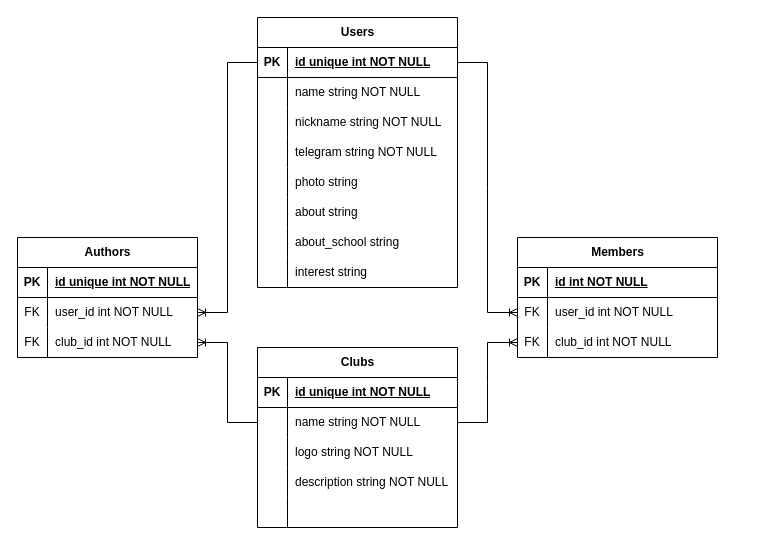
This is Диаграмма без названия.drawio from mrsemyon/clubs, a draw.io file, before an edit. Source tidied: cells renumbered, new cells numbered last; positions are measured from the earlier drawing's top-left corner, leaving out a move shared by most shapes. Both pictures are drawn from the tidied source at 100%, with x=0, y=0 at pixel (17, 17).
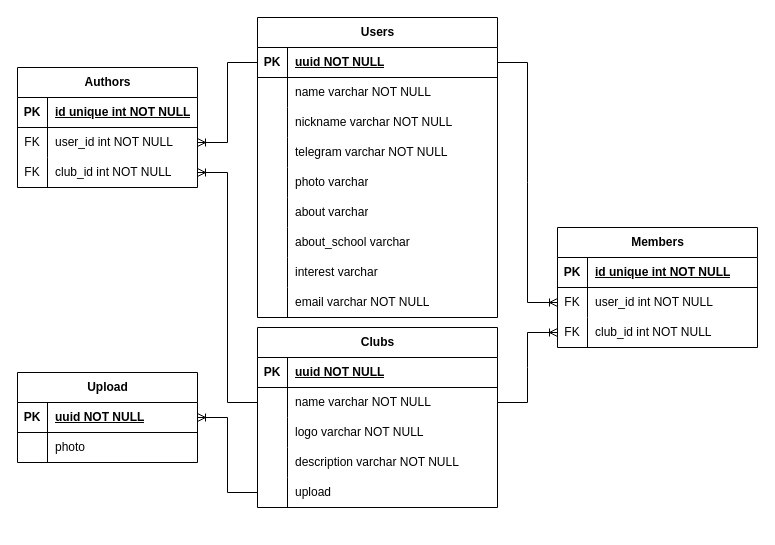
The same diagram, later.

Unchanged cells that the change refers to:
```xml
<mxCell id="44" style="shape=tableRow;horizontal=0;startSize=0;swimlaneHead=0;swimlaneBody=0;fillColor=none;top=0;left=0;right=0;bottom=1;" parent="43" vertex="1">
  <mxGeometry y="30" width="200" height="30" as="geometry" />
</mxCell>
```

Change to the diagram source:
```diff
@@
     <mxCell id="2" value="Users" style="shape=table;startSize=30;childLayout=tableLayout;rowLines=0;fontStyle=1;align=center;html=1;" parent="1" vertex="1">
-      <mxGeometry x="240" width="200" height="270" as="geometry" />
+      <mxGeometry x="240" width="240" height="300" as="geometry" />
     </mxCell>
     <mxCell id="3" style="shape=tableRow;horizontal=0;startSize=0;swimlaneHead=0;swimlaneBody=0;fillColor=none;points=[[0,0.5],[1,0.5]];portConstraint=eastwest;top=0;left=0;right=0;bottom=1;" parent="2" vertex="1">
-      <mxGeometry y="30" width="200" height="30" as="geometry" />
+      <mxGeometry y="30" width="240" height="30" as="geometry" />
     </mxCell>
@@
-    <mxCell id="5" value="id unique int NOT NULL" style="shape=partialRectangle;fillColor=none;top=0;left=0;bottom=0;right=0;align=left;spacingLeft=6;fontStyle=5;overflow=hidden;whiteSpace=wrap;html=1;" parent="3" vertex="1">
-      <mxGeometry x="30" width="170" height="30" as="geometry" />
+    <mxCell id="5" value="uuid NOT NULL" style="shape=partialRectangle;fillColor=none;top=0;left=0;bottom=0;right=0;align=left;spacingLeft=6;fontStyle=5;overflow=hidden;whiteSpace=wrap;html=1;" parent="3" vertex="1">
+      <mxGeometry x="30" width="210" height="30" as="geometry" />
     </mxCell>
     <mxCell id="6" style="shape=tableRow;horizontal=0;startSize=0;swimlaneHead=0;swimlaneBody=0;fillColor=none;top=0;left=0;right=0;bottom=0;" parent="2" vertex="1">
-      <mxGeometry y="60" width="200" height="30" as="geometry" />
+      <mxGeometry y="60" width="240" height="30" as="geometry" />
     </mxCell>
@@
-    <mxCell id="8" value="name string NOT NULL" style="shape=partialRectangle;fillColor=none;top=0;left=0;bottom=0;right=0;align=left;spacingLeft=6;overflow=hidden;whiteSpace=wrap;html=1;" parent="6" vertex="1">
-      <mxGeometry x="30" width="170" height="30" as="geometry" />
+    <mxCell id="8" value="name varchar NOT NULL" style="shape=partialRectangle;fillColor=none;top=0;left=0;bottom=0;right=0;align=left;spacingLeft=6;overflow=hidden;whiteSpace=wrap;html=1;" parent="6" vertex="1">
+      <mxGeometry x="30" width="210" height="30" as="geometry" />
     </mxCell>
     <mxCell id="9" style="shape=tableRow;horizontal=0;startSize=0;swimlaneHead=0;swimlaneBody=0;fillColor=none;top=0;left=0;right=0;bottom=0;" parent="2" vertex="1">
-      <mxGeometry y="90" width="200" height="30" as="geometry" />
+      <mxGeometry y="90" width="240" height="30" as="geometry" />
     </mxCell>
@@
-    <mxCell id="11" value="nickname string NOT NULL" style="shape=partialRectangle;fillColor=none;top=0;left=0;bottom=0;right=0;align=left;spacingLeft=6;overflow=hidden;whiteSpace=wrap;html=1;" parent="9" vertex="1">
-      <mxGeometry x="30" width="170" height="30" as="geometry" />
+    <mxCell id="11" value="nickname varchar NOT NULL" style="shape=partialRectangle;fillColor=none;top=0;left=0;bottom=0;right=0;align=left;spacingLeft=6;overflow=hidden;whiteSpace=wrap;html=1;" parent="9" vertex="1">
+      <mxGeometry x="30" width="210" height="30" as="geometry" />
     </mxCell>
     <mxCell id="12" style="shape=tableRow;horizontal=0;startSize=0;swimlaneHead=0;swimlaneBody=0;fillColor=none;top=0;left=0;right=0;bottom=0;" parent="2" vertex="1">
-      <mxGeometry y="120" width="200" height="30" as="geometry" />
+      <mxGeometry y="120" width="240" height="30" as="geometry" />
     </mxCell>
@@
-    <mxCell id="14" value="telegram string NOT NULL" style="shape=partialRectangle;fillColor=none;top=0;left=0;bottom=0;right=0;align=left;spacingLeft=6;overflow=hidden;whiteSpace=wrap;html=1;" parent="12" vertex="1">
-      <mxGeometry x="30" width="170" height="30" as="geometry" />
+    <mxCell id="14" value="telegram varchar NOT NULL" style="shape=partialRectangle;fillColor=none;top=0;left=0;bottom=0;right=0;align=left;spacingLeft=6;overflow=hidden;whiteSpace=wrap;html=1;" parent="12" vertex="1">
+      <mxGeometry x="30" width="210" height="30" as="geometry" />
     </mxCell>
     <mxCell id="15" style="shape=tableRow;horizontal=0;startSize=0;swimlaneHead=0;swimlaneBody=0;fillColor=none;top=0;left=0;right=0;bottom=0;" parent="2" vertex="1">
-      <mxGeometry y="150" width="200" height="30" as="geometry" />
+      <mxGeometry y="150" width="240" height="30" as="geometry" />
     </mxCell>
@@
-    <mxCell id="17" value="photo string" style="shape=partialRectangle;fillColor=none;top=0;left=0;bottom=0;right=0;align=left;spacingLeft=6;overflow=hidden;whiteSpace=wrap;html=1;" parent="15" vertex="1">
-      <mxGeometry x="30" width="170" height="30" as="geometry" />
+    <mxCell id="17" value="photo varchar" style="shape=partialRectangle;fillColor=none;top=0;left=0;bottom=0;right=0;align=left;spacingLeft=6;overflow=hidden;whiteSpace=wrap;html=1;" parent="15" vertex="1">
+      <mxGeometry x="30" width="210" height="30" as="geometry" />
     </mxCell>
     <mxCell id="18" style="shape=tableRow;horizontal=0;startSize=0;swimlaneHead=0;swimlaneBody=0;fillColor=none;top=0;left=0;right=0;bottom=0;" parent="2" vertex="1">
-      <mxGeometry y="180" width="200" height="30" as="geometry" />
+      <mxGeometry y="180" width="240" height="30" as="geometry" />
     </mxCell>
@@
-    <mxCell id="20" value="about string" style="shape=partialRectangle;fillColor=none;top=0;left=0;bottom=0;right=0;align=left;spacingLeft=6;overflow=hidden;whiteSpace=wrap;html=1;" parent="18" vertex="1">
-      <mxGeometry x="30" width="170" height="30" as="geometry" />
+    <mxCell id="20" value="about varchar" style="shape=partialRectangle;fillColor=none;top=0;left=0;bottom=0;right=0;align=left;spacingLeft=6;overflow=hidden;whiteSpace=wrap;html=1;" parent="18" vertex="1">
+      <mxGeometry x="30" width="210" height="30" as="geometry" />
     </mxCell>
     <mxCell id="21" style="shape=tableRow;horizontal=0;startSize=0;swimlaneHead=0;swimlaneBody=0;fillColor=none;top=0;left=0;right=0;bottom=0;" parent="2" vertex="1">
-      <mxGeometry y="210" width="200" height="30" as="geometry" />
+      <mxGeometry y="210" width="240" height="30" as="geometry" />
     </mxCell>
@@
-    <mxCell id="23" value="about_school string" style="shape=partialRectangle;fillColor=none;top=0;left=0;bottom=0;right=0;align=left;spacingLeft=6;overflow=hidden;whiteSpace=wrap;html=1;" parent="21" vertex="1">
-      <mxGeometry x="30" width="170" height="30" as="geometry" />
+    <mxCell id="23" value="about_school varchar" style="shape=partialRectangle;fillColor=none;top=0;left=0;bottom=0;right=0;align=left;spacingLeft=6;overflow=hidden;whiteSpace=wrap;html=1;" parent="21" vertex="1">
+      <mxGeometry x="30" width="210" height="30" as="geometry" />
     </mxCell>
     <mxCell id="24" style="shape=tableRow;horizontal=0;startSize=0;swimlaneHead=0;swimlaneBody=0;fillColor=none;top=0;left=0;right=0;bottom=0;" parent="2" vertex="1">
-      <mxGeometry y="240" width="200" height="30" as="geometry" />
+      <mxGeometry y="240" width="240" height="30" as="geometry" />
     </mxCell>
@@
-    <mxCell id="26" value="interest string" style="shape=partialRectangle;fillColor=none;top=0;left=0;bottom=0;right=0;align=left;spacingLeft=6;overflow=hidden;whiteSpace=wrap;html=1;" parent="24" vertex="1">
-      <mxGeometry x="30" width="170" height="30" as="geometry" />
+    <mxCell id="26" value="interest varchar" style="shape=partialRectangle;fillColor=none;top=0;left=0;bottom=0;right=0;align=left;spacingLeft=6;overflow=hidden;whiteSpace=wrap;html=1;" parent="24" vertex="1">
+      <mxGeometry x="30" width="210" height="30" as="geometry" />
     </mxCell>
+    <mxCell id="67" style="shape=tableRow;horizontal=0;startSize=0;swimlaneHead=0;swimlaneBody=0;fillColor=none;top=0;left=0;right=0;bottom=0;" parent="2" vertex="1">
+      <mxGeometry y="270" width="240" height="30" as="geometry" />
+    </mxCell>
+    <mxCell id="68" style="shape=partialRectangle;fillColor=none;top=0;left=0;bottom=0;right=0;overflow=hidden;whiteSpace=wrap;html=1;" parent="67" vertex="1">
+      <mxGeometry width="30" height="30" as="geometry" />
+    </mxCell>
+    <mxCell id="69" value="email varchar NOT NULL" style="shape=partialRectangle;fillColor=none;top=0;left=0;bottom=0;right=0;align=left;spacingLeft=6;overflow=hidden;whiteSpace=wrap;html=1;" parent="67" vertex="1">
+      <mxGeometry x="30" width="210" height="30" as="geometry" />
+    </mxCell>
     <mxCell id="27" value="Clubs" style="shape=table;startSize=30;childLayout=tableLayout;rowLines=0;fontStyle=1;align=center;html=1;" parent="1" vertex="1">
-      <mxGeometry x="240" y="330" width="200" height="180" as="geometry" />
+      <mxGeometry x="240" y="310" width="240" height="180" as="geometry" />
     </mxCell>
     <mxCell id="28" style="shape=tableRow;horizontal=0;startSize=0;swimlaneHead=0;swimlaneBody=0;fillColor=none;top=0;left=0;right=0;bottom=1;" parent="27" vertex="1">
-      <mxGeometry y="30" width="200" height="30" as="geometry" />
+      <mxGeometry y="30" width="240" height="30" as="geometry" />
     </mxCell>
@@
-    <mxCell id="30" value="id unique int NOT NULL" style="shape=partialRectangle;fillColor=none;top=0;left=0;bottom=0;right=0;align=left;spacingLeft=6;fontStyle=5;overflow=hidden;whiteSpace=wrap;html=1;" parent="28" vertex="1">
-      <mxGeometry x="30" width="170" height="30" as="geometry" />
+    <mxCell id="30" value="uuid NOT NULL" style="shape=partialRectangle;fillColor=none;top=0;left=0;bottom=0;right=0;align=left;spacingLeft=6;fontStyle=5;overflow=hidden;whiteSpace=wrap;html=1;" parent="28" vertex="1">
+      <mxGeometry x="30" width="210" height="30" as="geometry" />
     </mxCell>
     <mxCell id="31" style="shape=tableRow;horizontal=0;startSize=0;swimlaneHead=0;swimlaneBody=0;fillColor=none;points=[[0,0.5],[1,0.5]];portConstraint=eastwest;top=0;left=0;right=0;bottom=0;" parent="27" vertex="1">
-      <mxGeometry y="60" width="200" height="30" as="geometry" />
+      <mxGeometry y="60" width="240" height="30" as="geometry" />
     </mxCell>
@@
-    <mxCell id="33" value="name string NOT NULL" style="shape=partialRectangle;fillColor=none;top=0;left=0;bottom=0;right=0;align=left;spacingLeft=6;overflow=hidden;whiteSpace=wrap;html=1;" parent="31" vertex="1">
-      <mxGeometry x="30" width="170" height="30" as="geometry" />
+    <mxCell id="33" value="name varchar NOT NULL" style="shape=partialRectangle;fillColor=none;top=0;left=0;bottom=0;right=0;align=left;spacingLeft=6;overflow=hidden;whiteSpace=wrap;html=1;" parent="31" vertex="1">
+      <mxGeometry x="30" width="210" height="30" as="geometry" />
     </mxCell>
     <mxCell id="34" style="shape=tableRow;horizontal=0;startSize=0;swimlaneHead=0;swimlaneBody=0;fillColor=none;top=0;left=0;right=0;bottom=0;" parent="27" vertex="1">
-      <mxGeometry y="90" width="200" height="30" as="geometry" />
+      <mxGeometry y="90" width="240" height="30" as="geometry" />
     </mxCell>
@@
-    <mxCell id="36" value="logo string NOT NULL" style="shape=partialRectangle;fillColor=none;top=0;left=0;bottom=0;right=0;align=left;spacingLeft=6;overflow=hidden;whiteSpace=wrap;html=1;" parent="34" vertex="1">
-      <mxGeometry x="30" width="170" height="30" as="geometry" />
+    <mxCell id="36" value="logo varchar NOT NULL" style="shape=partialRectangle;fillColor=none;top=0;left=0;bottom=0;right=0;align=left;spacingLeft=6;overflow=hidden;whiteSpace=wrap;html=1;" parent="34" vertex="1">
+      <mxGeometry x="30" width="210" height="30" as="geometry" />
     </mxCell>
     <mxCell id="37" style="shape=tableRow;horizontal=0;startSize=0;swimlaneHead=0;swimlaneBody=0;fillColor=none;top=0;left=0;right=0;bottom=0;" parent="27" vertex="1">
-      <mxGeometry y="120" width="200" height="30" as="geometry" />
+      <mxGeometry y="120" width="240" height="30" as="geometry" />
     </mxCell>
@@
-    <mxCell id="39" value="description string NOT NULL" style="shape=partialRectangle;fillColor=none;top=0;left=0;bottom=0;right=0;align=left;spacingLeft=6;overflow=hidden;whiteSpace=wrap;html=1;" parent="37" vertex="1">
-      <mxGeometry x="30" width="170" height="30" as="geometry" />
+    <mxCell id="39" value="description varchar NOT NULL" style="shape=partialRectangle;fillColor=none;top=0;left=0;bottom=0;right=0;align=left;spacingLeft=6;overflow=hidden;whiteSpace=wrap;html=1;" parent="37" vertex="1">
+      <mxGeometry x="30" width="210" height="30" as="geometry" />
     </mxCell>
-    <mxCell id="40" style="shape=tableRow;horizontal=0;startSize=0;swimlaneHead=0;swimlaneBody=0;fillColor=none;top=0;left=0;right=0;bottom=0;" parent="27" vertex="1">
-      <mxGeometry y="150" width="200" height="30" as="geometry" />
-    </mxCell>
-    <mxCell id="41" style="shape=partialRectangle;fillColor=none;top=0;left=0;bottom=0;right=0;overflow=hidden;whiteSpace=wrap;html=1;" parent="40" vertex="1">
-      <mxGeometry width="30" height="30" as="geometry" />
-    </mxCell>
-    <mxCell id="42" style="shape=partialRectangle;fillColor=none;top=0;left=0;bottom=0;right=0;align=left;spacingLeft=6;overflow=hidden;whiteSpace=wrap;html=1;" parent="40" vertex="1">
-      <mxGeometry x="30" width="170" height="30" as="geometry" />
-    </mxCell>
+    <mxCell id="70" style="shape=tableRow;horizontal=0;startSize=0;swimlaneHead=0;swimlaneBody=0;fillColor=none;points=[[0,0.5],[1,0.5]];portConstraint=eastwest;top=0;left=0;right=0;bottom=0;" parent="27" vertex="1">
+      <mxGeometry y="150" width="240" height="30" as="geometry" />
+    </mxCell>
+    <mxCell id="71" style="shape=partialRectangle;fillColor=none;top=0;left=0;bottom=0;right=0;overflow=hidden;whiteSpace=wrap;html=1;" parent="70" vertex="1">
+      <mxGeometry width="30" height="30" as="geometry" />
+    </mxCell>
+    <mxCell id="72" value="upload" style="shape=partialRectangle;fillColor=none;top=0;left=0;bottom=0;right=0;align=left;spacingLeft=6;overflow=hidden;whiteSpace=wrap;html=1;" parent="70" vertex="1">
+      <mxGeometry x="30" width="210" height="30" as="geometry" />
+    </mxCell>
     <mxCell id="43" value="Members" style="shape=table;startSize=30;childLayout=tableLayout;rowLines=0;fontStyle=1;align=center;html=1;" parent="1" vertex="1">
-      <mxGeometry x="500" y="220" width="200" height="120" as="geometry" />
+      <mxGeometry x="540" y="210" width="200" height="120" as="geometry" />
     </mxCell>
@@
-    <mxCell id="46" value="id int NOT NULL" style="shape=partialRectangle;fillColor=none;top=0;left=0;bottom=0;right=0;align=left;spacingLeft=6;fontStyle=5;overflow=hidden;whiteSpace=wrap;html=1;" parent="44" vertex="1">
+    <mxCell id="46" value="id unique int NOT NULL" style="shape=partialRectangle;fillColor=none;top=0;left=0;bottom=0;right=0;align=left;spacingLeft=6;fontStyle=5;overflow=hidden;whiteSpace=wrap;html=1;" parent="44" vertex="1">
       <mxGeometry x="30" width="170" height="30" as="geometry" />
     </mxCell>
@@
     <mxCell id="55" value="Authors" style="shape=table;startSize=30;childLayout=tableLayout;rowLines=0;fontStyle=1;align=center;html=1;" parent="1" vertex="1">
-      <mxGeometry y="220" width="180" height="120" as="geometry" />
+      <mxGeometry y="50" width="180" height="120" as="geometry" />
     </mxCell>
@@
+    <mxCell id="73" value="Upload" style="shape=table;startSize=30;childLayout=tableLayout;rowLines=0;fontStyle=1;align=center;html=1;" parent="1" vertex="1">
+      <mxGeometry y="355" width="180" height="90" as="geometry" />
+    </mxCell>
+    <mxCell id="74" style="shape=tableRow;horizontal=0;startSize=0;swimlaneHead=0;swimlaneBody=0;fillColor=none;points=[[0,0.5],[1,0.5]];portConstraint=eastwest;top=0;left=0;right=0;bottom=1;" parent="73" vertex="1">
+      <mxGeometry y="30" width="180" height="30" as="geometry" />
+    </mxCell>
+    <mxCell id="75" value="PK" style="shape=partialRectangle;fillColor=none;top=0;left=0;bottom=0;right=0;fontStyle=1;overflow=hidden;whiteSpace=wrap;html=1;" parent="74" vertex="1">
+      <mxGeometry width="30" height="30" as="geometry" />
+    </mxCell>
+    <mxCell id="76" value="uuid NOT NULL" style="shape=partialRectangle;fillColor=none;top=0;left=0;bottom=0;right=0;align=left;spacingLeft=6;fontStyle=5;overflow=hidden;whiteSpace=wrap;html=1;" parent="74" vertex="1">
+      <mxGeometry x="30" width="150" height="30" as="geometry" />
+    </mxCell>
+    <mxCell id="77" style="shape=tableRow;horizontal=0;startSize=0;swimlaneHead=0;swimlaneBody=0;fillColor=none;top=0;left=0;right=0;bottom=0;" parent="73" vertex="1">
+      <mxGeometry y="60" width="180" height="30" as="geometry" />
+    </mxCell>
+    <mxCell id="78" style="shape=partialRectangle;fillColor=none;top=0;left=0;bottom=0;right=0;overflow=hidden;whiteSpace=wrap;html=1;" parent="77" vertex="1">
+      <mxGeometry width="30" height="30" as="geometry" />
+    </mxCell>
+    <mxCell id="79" value="photo" style="shape=partialRectangle;fillColor=none;top=0;left=0;bottom=0;right=0;align=left;spacingLeft=6;overflow=hidden;whiteSpace=wrap;html=1;" parent="77" vertex="1">
+      <mxGeometry x="30" width="150" height="30" as="geometry" />
+    </mxCell>
+    <mxCell id="80" style="edgeStyle=entityRelationEdgeStyle;fontSize=12;html=1;endArrow=ERoneToMany;rounded=0;" parent="1" edge="1" source="70" target="74">
+      <mxGeometry relative="1" as="geometry">
+        <Array as="points">
+          <mxPoint x="390" y="320" />
+        </Array>
+      </mxGeometry>
+    </mxCell>
```
